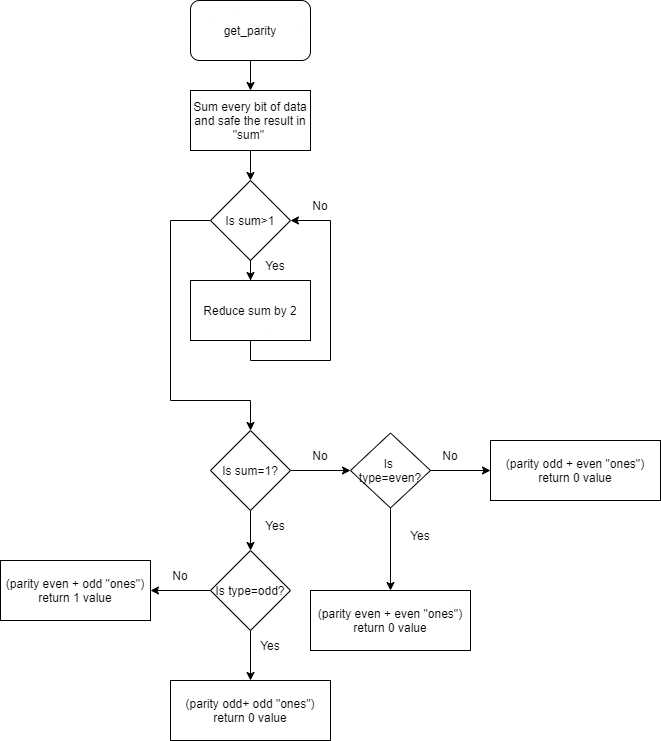
This is Labs/07-uart/get parity.png from UTAN25/Digital-electronics-2, a draw.io export, as it was before one commit. Source tidied: cells renumbered, new cells last; positions are measured from the earlier drawing's top-left corner, leaving out a move shared by most shapes.
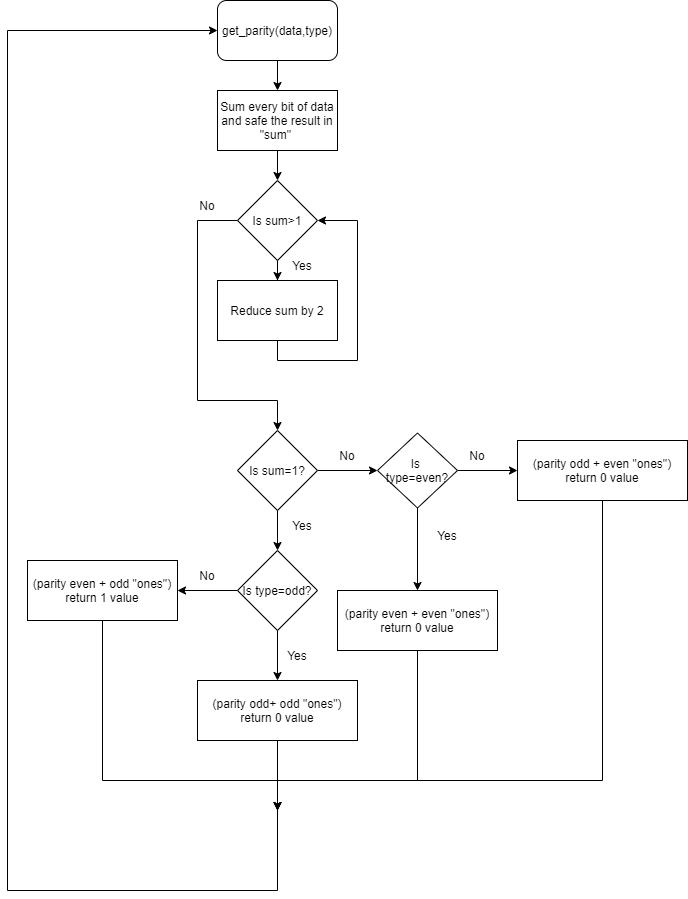
The same diagram one commit later.

What changed in the source:
```diff
@@ -5,7 +5,7 @@
     <mxCell id="2" style="edgeStyle=orthogonalEdgeStyle;rounded=0;jettySize=auto;html=1;" parent="1" edge="1" source="3" target="5">
       <mxGeometry relative="1" as="geometry" />
     </mxCell>
-    <mxCell id="3" value="get_parity" style="rounded=1;whiteSpace=wrap;html=1;" parent="1" vertex="1">
+    <mxCell id="3" value="get_parity(data,type)" style="rounded=1;whiteSpace=wrap;html=1;" parent="1" vertex="1">
       <mxGeometry x="190" width="120" height="60" as="geometry" />
     </mxCell>
     <mxCell id="4" style="edgeStyle=orthogonalEdgeStyle;rounded=0;jettySize=auto;html=1;" parent="1" edge="1" source="5" target="8">
@@ -68,15 +68,51 @@
     <mxCell id="19" value="Is &lt;br&gt;type=even?" style="rhombus;whiteSpace=wrap;html=1;" parent="1" vertex="1">
       <mxGeometry x="350" y="432.5" width="80" height="75" as="geometry" />
     </mxCell>
+    <mxCell id="32" style="edgeStyle=orthogonalEdgeStyle;rounded=0;jettySize=auto;html=1;" parent="1" edge="1" source="20">
+      <mxGeometry relative="1" as="geometry">
+        <mxPoint x="250" y="810" as="targetPoint" />
+        <Array as="points">
+          <mxPoint x="75" y="780" />
+          <mxPoint x="250" y="780" />
+        </Array>
+      </mxGeometry>
+    </mxCell>
     <mxCell id="20" value="&lt;span&gt;(parity even + odd &quot;ones&quot;)&lt;/span&gt;&lt;br&gt;&lt;span&gt;return 1 value&lt;/span&gt;" style="whiteSpace=wrap;html=1;" parent="1" vertex="1">
       <mxGeometry y="560" width="150" height="60" as="geometry" />
     </mxCell>
+    <mxCell id="33" style="edgeStyle=orthogonalEdgeStyle;rounded=0;jettySize=auto;html=1;entryX=0;entryY=0.5;entryDx=0;entryDy=0;" parent="1" edge="1" source="21" target="3">
+      <mxGeometry relative="1" as="geometry">
+        <Array as="points">
+          <mxPoint x="250" y="890" />
+          <mxPoint x="-20" y="890" />
+          <mxPoint x="-20" y="30" />
+        </Array>
+      </mxGeometry>
+    </mxCell>
     <mxCell id="21" value="&lt;span&gt;(parity odd+ odd &quot;ones&quot;)&lt;/span&gt;&lt;br&gt;&lt;span&gt;return 0 value&lt;/span&gt;" style="whiteSpace=wrap;html=1;" parent="1" vertex="1">
       <mxGeometry x="170" y="680" width="160" height="60" as="geometry" />
     </mxCell>
+    <mxCell id="34" style="edgeStyle=orthogonalEdgeStyle;rounded=0;jettySize=auto;html=1;" parent="1" edge="1" source="22">
+      <mxGeometry relative="1" as="geometry">
+        <mxPoint x="250" y="810" as="targetPoint" />
+        <Array as="points">
+          <mxPoint x="390" y="780" />
+          <mxPoint x="250" y="780" />
+        </Array>
+      </mxGeometry>
+    </mxCell>
     <mxCell id="22" value="(parity even + even &quot;ones&quot;)&lt;br&gt;return 0 value" style="whiteSpace=wrap;html=1;" parent="1" vertex="1">
       <mxGeometry x="310" y="590" width="160" height="60" as="geometry" />
     </mxCell>
+    <mxCell id="35" style="edgeStyle=orthogonalEdgeStyle;rounded=0;jettySize=auto;html=1;" parent="1" edge="1" source="23">
+      <mxGeometry relative="1" as="geometry">
+        <mxPoint x="250" y="810" as="targetPoint" />
+        <Array as="points">
+          <mxPoint x="575" y="780" />
+          <mxPoint x="250" y="780" />
+        </Array>
+      </mxGeometry>
+    </mxCell>
     <mxCell id="23" value="&lt;span&gt;(parity odd + even &quot;ones&quot;)&lt;/span&gt;&lt;br&gt;&lt;span&gt;return 0 value&lt;/span&gt;" style="whiteSpace=wrap;html=1;" parent="1" vertex="1">
       <mxGeometry x="490" y="440" width="170" height="60" as="geometry" />
     </mxCell>
@@ -84,7 +120,7 @@
       <mxGeometry x="245" y="250" width="60" height="30" as="geometry" />
     </mxCell>
     <mxCell id="25" value="No" style="text;html=1;strokeColor=none;fillColor=none;align=center;verticalAlign=middle;whiteSpace=wrap;rounded=0;" parent="1" vertex="1">
-      <mxGeometry x="290" y="190" width="60" height="30" as="geometry" />
+      <mxGeometry x="150" y="190" width="60" height="30" as="geometry" />
     </mxCell>
     <mxCell id="26" value="Yes" style="text;html=1;strokeColor=none;fillColor=none;align=center;verticalAlign=middle;whiteSpace=wrap;rounded=0;" parent="1" vertex="1">
       <mxGeometry x="245" y="510" width="60" height="30" as="geometry" />
@@ -98,11 +134,11 @@
     <mxCell id="29" value="No" style="text;html=1;strokeColor=none;fillColor=none;align=center;verticalAlign=middle;whiteSpace=wrap;rounded=0;" parent="1" vertex="1">
       <mxGeometry x="150" y="560" width="60" height="30" as="geometry" />
     </mxCell>
+    <mxCell id="31" value="No" style="text;html=1;strokeColor=none;fillColor=none;align=center;verticalAlign=middle;whiteSpace=wrap;rounded=0;" parent="1" vertex="1">
+      <mxGeometry x="420" y="440" width="60" height="30" as="geometry" />
+    </mxCell>
     <mxCell id="30" value="Yes" style="text;html=1;strokeColor=none;fillColor=none;align=center;verticalAlign=middle;whiteSpace=wrap;rounded=0;" parent="1" vertex="1">
-      <mxGeometry x="240" y="630" width="60" height="30" as="geometry" />
+      <mxGeometry x="240" y="640" width="60" height="30" as="geometry" />
     </mxCell>
-    <mxCell id="31" value="No" style="text;html=1;strokeColor=none;fillColor=none;align=center;verticalAlign=middle;whiteSpace=wrap;rounded=0;" parent="1" vertex="1">
-      <mxGeometry x="420" y="440" width="60" height="30" as="geometry" />
-    </mxCell>
   </root>
 </mxGraphModel>
```
